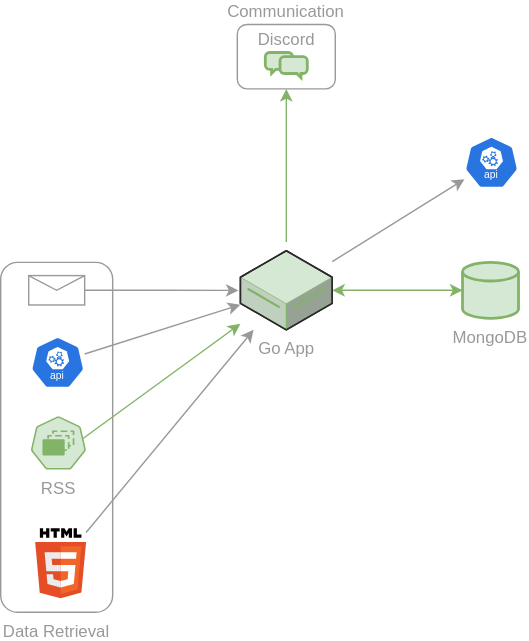
Earlier version of the draw.io export job-search.drawio.svg (treestarsystems/job-funnel). Source tidied: cells renumbered, new cells last; positions are measured from the earlier drawing's top-left corner, leaving out a move shared by most shapes. The source it was exported from:
```xml
<mxGraphModel>
  <root>
    <mxCell id="0" />
    <mxCell id="1" parent="0" />
    <mxCell id="2" value="Communication" style="rounded=1;whiteSpace=wrap;html=1;fillColor=none;labelPosition=center;verticalLabelPosition=top;align=center;verticalAlign=bottom;fontColor=#999999;strokeColor=#999999;" parent="1" vertex="1">
      <mxGeometry x="169.1" width="70" height="46" as="geometry" />
    </mxCell>
    <mxCell id="3" value="Data Retrieval" style="rounded=1;whiteSpace=wrap;html=1;fillColor=none;labelPosition=center;verticalLabelPosition=bottom;align=center;verticalAlign=top;fontColor=#999999;strokeColor=#999999;" parent="1" vertex="1">
      <mxGeometry y="170" width="80" height="250" as="geometry" />
    </mxCell>
    <mxCell id="4" style="rounded=0;jettySize=auto;html=1;fontColor=#999999;fillColor=#d5e8d4;strokeColor=#82b366;" parent="1" edge="1" target="2">
      <mxGeometry relative="1" as="geometry">
        <mxPoint x="204.1" y="155.5" as="sourcePoint" />
      </mxGeometry>
    </mxCell>
    <mxCell id="5" style="edgeStyle=orthogonalEdgeStyle;rounded=0;jettySize=auto;html=1;startArrow=classic;startFill=1;endArrow=classic;endFill=1;fontColor=#999999;fillColor=#d5e8d4;strokeColor=#82b366;" parent="1" edge="1" source="13" target="8">
      <mxGeometry relative="1" as="geometry" />
    </mxCell>
    <mxCell id="6" style="edgeStyle=orthogonalEdgeStyle;rounded=0;jettySize=auto;html=1;fontColor=#999999;strokeColor=#999999;" parent="1" edge="1" source="16">
      <mxGeometry relative="1" as="geometry">
        <mxPoint x="170" y="190" as="targetPoint" />
      </mxGeometry>
    </mxCell>
    <mxCell id="7" value="Discord" style="html=1;verticalLabelPosition=top;align=center;labelBackgroundColor=none;verticalAlign=bottom;strokeWidth=2;strokeColor=#82b366;shadow=0;dashed=0;shape=mxgraph.ios7.icons.chat;labelPosition=center;fillColor=#d5e8d4;fontColor=#999999;" parent="1" vertex="1">
      <mxGeometry x="189.1" y="20" width="30" height="18" as="geometry" />
    </mxCell>
    <mxCell id="8" value="MongoDB" style="strokeWidth=2;html=1;shape=mxgraph.flowchart.database;whiteSpace=wrap;labelPosition=center;verticalLabelPosition=bottom;align=center;verticalAlign=top;fillColor=#d5e8d4;strokeColor=#82b366;fontColor=#999999;" parent="1" vertex="1">
      <mxGeometry x="330" y="170" width="40" height="39.9" as="geometry" />
    </mxCell>
    <mxCell id="9" style="rounded=0;jettySize=auto;html=1;startArrow=none;startFill=0;fontColor=#999999;strokeColor=#999999;" parent="1" edge="1" source="10" target="13">
      <mxGeometry relative="1" as="geometry" />
    </mxCell>
    <mxCell id="10" style="sketch=0;html=1;dashed=0;whitespace=wrap;verticalLabelPosition=bottom;verticalAlign=top;fillColor=#2875E2;strokeColor=#ffffff;points=[[0.005,0.63,0],[0.1,0.2,0],[0.9,0.2,0],[0.5,0,0],[0.995,0.63,0],[0.72,0.99,0],[0.5,1,0],[0.28,0.99,0]];shape=mxgraph.kubernetes.icon2;kubernetesLabel=1;prIcon=api;fontColor=#999999;" parent="1" vertex="1">
      <mxGeometry x="21.4" y="223" width="38.5" height="37" as="geometry" />
    </mxCell>
    <mxCell id="11" value="RSS" style="sketch=0;html=1;dashed=0;whitespace=wrap;verticalLabelPosition=bottom;verticalAlign=top;fillColor=#d5e8d4;strokeColor=#82b366;points=[[0.005,0.63,0],[0.1,0.2,0],[0.9,0.2,0],[0.5,0,0],[0.995,0.63,0],[0.72,0.99,0],[0.5,1,0],[0.28,0.99,0]];shape=mxgraph.kubernetes.icon2;prIcon=rs;fontColor=#999999;" parent="1" vertex="1">
      <mxGeometry x="21.4" y="280" width="39.6" height="38" as="geometry" />
    </mxCell>
    <mxCell id="12" style="rounded=0;jettySize=auto;html=1;exitX=0.932;exitY=0.425;exitDx=0;exitDy=0;exitPerimeter=0;fillColor=#d5e8d4;strokeColor=#82b366;fontColor=#999999;" parent="1" edge="1" source="11" target="13">
      <mxGeometry relative="1" as="geometry" />
    </mxCell>
    <mxCell id="13" value="Go App" style="verticalLabelPosition=bottom;html=1;verticalAlign=top;strokeWidth=1;align=center;outlineConnect=0;dashed=0;outlineConnect=0;shape=mxgraph.aws3d.dataServer;strokeColor=#82b366;fillColor=#d5e8d4;fontColor=#999999;" parent="1" vertex="1">
      <mxGeometry x="171.3" y="161.7" width="65.6" height="56.5" as="geometry" />
    </mxCell>
    <mxCell id="14" style="rounded=0;jettySize=auto;html=1;startArrow=none;startFill=0;fontColor=#999999;strokeColor=#999999;" parent="1" edge="1" source="15" target="13">
      <mxGeometry relative="1" as="geometry" />
    </mxCell>
    <mxCell id="15" style="dashed=0;outlineConnect=0;html=1;align=center;labelPosition=center;verticalLabelPosition=bottom;verticalAlign=top;shape=mxgraph.weblogos.html5;fontColor=#999999;strokeColor=none;" parent="1" vertex="1">
      <mxGeometry x="24.6" y="360" width="36.4" height="50" as="geometry" />
    </mxCell>
    <mxCell id="16" style="verticalLabelPosition=bottom;shadow=0;dashed=0;align=center;html=1;verticalAlign=top;strokeWidth=1;shape=mxgraph.mockup.misc.mail2;strokeColor=#999999;fontColor=#999999;" parent="1" vertex="1">
      <mxGeometry x="20" y="179.4" width="40" height="21" as="geometry" />
    </mxCell>
    <mxCell id="17" style="rounded=0;jettySize=auto;html=1;startArrow=classic;startFill=1;endArrow=none;endFill=0;fontColor=#999999;strokeColor=#999999;" parent="1" edge="1" source="18" target="13">
      <mxGeometry relative="1" as="geometry" />
    </mxCell>
    <mxCell id="18" style="sketch=0;html=1;dashed=0;whitespace=wrap;verticalLabelPosition=bottom;verticalAlign=top;fillColor=#2875E2;strokeColor=#ffffff;points=[[0.005,0.63,0],[0.1,0.2,0],[0.9,0.2,0],[0.5,0,0],[0.995,0.63,0],[0.72,0.99,0],[0.5,1,0],[0.28,0.99,0]];shape=mxgraph.kubernetes.icon2;kubernetesLabel=1;prIcon=api;fontColor=#999999;" parent="1" vertex="1">
      <mxGeometry x="331.5" y="80" width="38.5" height="37" as="geometry" />
    </mxCell>
  </root>
</mxGraphModel>
```
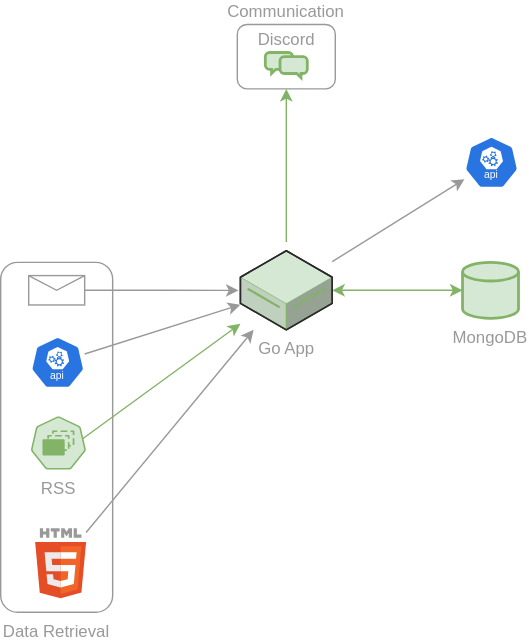
After the change.

The edit, as a diff of the source:
```diff
@@ -45,7 +45,7 @@
     <mxCell id="14" style="rounded=0;jettySize=auto;html=1;startArrow=none;startFill=0;fontColor=#999999;strokeColor=#999999;" parent="1" edge="1" source="15" target="13">
       <mxGeometry relative="1" as="geometry" />
     </mxCell>
-    <mxCell id="15" style="dashed=0;outlineConnect=0;html=1;align=center;labelPosition=center;verticalLabelPosition=bottom;verticalAlign=top;shape=mxgraph.weblogos.html5;fontColor=#999999;strokeColor=none;" parent="1" vertex="1">
+    <mxCell id="15" style="dashed=0;outlineConnect=0;html=1;align=center;labelPosition=center;verticalLabelPosition=bottom;verticalAlign=top;shape=(stored shape, 948 characters);fontColor=#999999;strokeColor=none;" parent="1" vertex="1">
       <mxGeometry x="24.6" y="360" width="36.4" height="50" as="geometry" />
     </mxCell>
     <mxCell id="16" style="verticalLabelPosition=bottom;shadow=0;dashed=0;align=center;html=1;verticalAlign=top;strokeWidth=1;shape=mxgraph.mockup.misc.mail2;strokeColor=#999999;fontColor=#999999;" parent="1" vertex="1">
```
